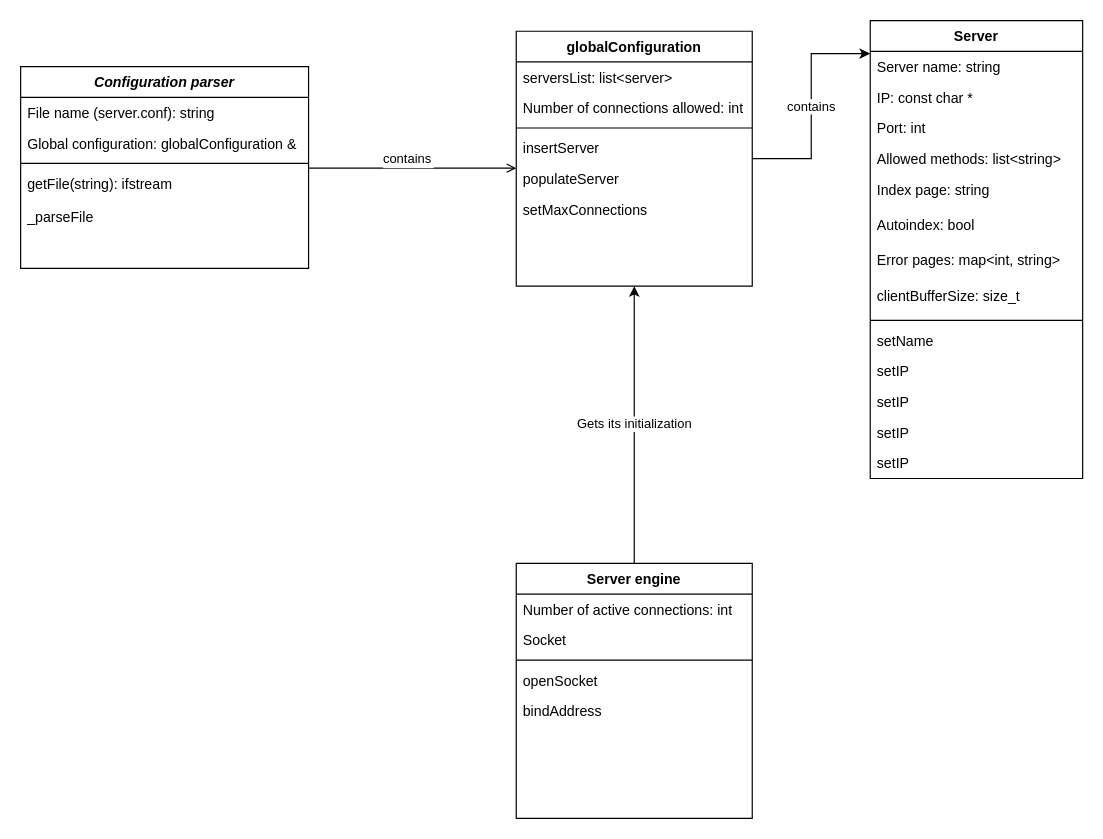
Earlier version of the draw.io diagram webserv_architecture.drawio (ababoum/webserv). Source tidied: cells renumbered, new cells numbered last; positions are measured from the earlier drawing's top-left corner, leaving out a move shared by most shapes. Both pictures are drawn from the tidied source at 118%, with x=0, y=0 at pixel (20, 20).
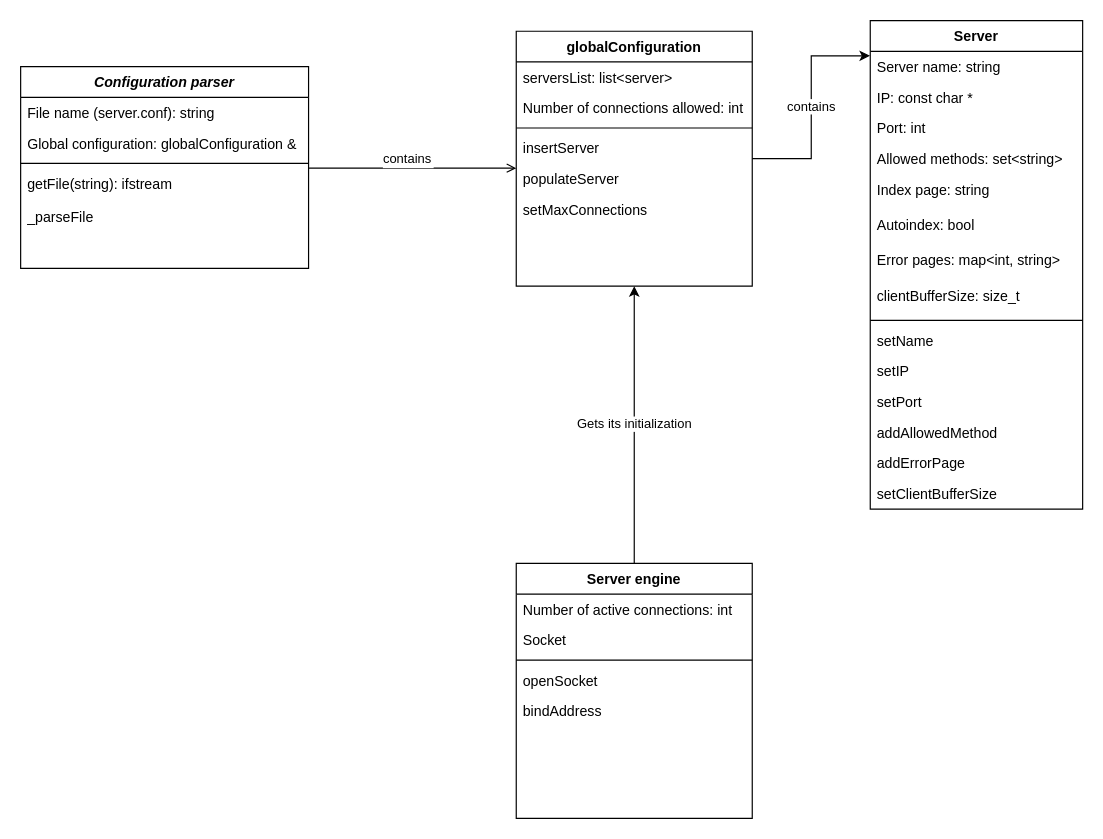
The same diagram, later.

Diff of the diagram source:
```diff
@@
     <mxCell id="17" value="Server" style="swimlane;fontStyle=1;align=center;verticalAlign=top;horizontal=1;startSize=26;rounded=0;shadow=0;strokeWidth=1;" parent="1" vertex="1">
-      <mxGeometry x="720" width="180" height="388" as="geometry" />
+      <mxGeometry x="720" width="180" height="414" as="geometry" />
     </mxCell>
@@
-    <mxCell id="21" value="Allowed methods: list&lt;string&gt;" style="text;align=left;verticalAlign=top;spacingLeft=4;spacingRight=4;overflow=hidden;rounded=0;shadow=0;html=0;fontStyle=0;" parent="17" vertex="1">
+    <mxCell id="21" value="Allowed methods: set&lt;string&gt;" style="text;align=left;verticalAlign=top;spacingLeft=4;spacingRight=4;overflow=hidden;rounded=0;shadow=0;html=0;fontStyle=0;" parent="17" vertex="1">
       <mxGeometry y="104" width="180" height="26" as="geometry" />
     </mxCell>
@@
-    <mxCell id="29" value="setIP" style="text;align=left;verticalAlign=top;spacingLeft=4;spacingRight=4;overflow=hidden;" parent="17" vertex="1">
+    <mxCell id="29" value="setPort" style="text;align=left;verticalAlign=top;spacingLeft=4;spacingRight=4;overflow=hidden;" parent="17" vertex="1">
       <mxGeometry y="310" width="180" height="26" as="geometry" />
     </mxCell>
-    <mxCell id="30" value="setIP" style="text;align=left;verticalAlign=top;spacingLeft=4;spacingRight=4;overflow=hidden;" parent="17" vertex="1">
+    <mxCell id="30" value="addAllowedMethod" style="text;align=left;verticalAlign=top;spacingLeft=4;spacingRight=4;overflow=hidden;" parent="17" vertex="1">
       <mxGeometry y="336" width="180" height="26" as="geometry" />
     </mxCell>
+    <mxCell id="39" value="addErrorPage" style="text;align=left;verticalAlign=top;spacingLeft=4;spacingRight=4;overflow=hidden;" parent="17" vertex="1">
+      <mxGeometry y="362" width="180" height="26" as="geometry" />
+    </mxCell>
-    <mxCell id="31" value="setIP" style="text;align=left;verticalAlign=top;spacingLeft=4;spacingRight=4;overflow=hidden;" parent="17" vertex="1">
-      <mxGeometry y="362" width="180" height="26" as="geometry" />
+    <mxCell id="31" value="setClientBufferSize" style="text;align=left;verticalAlign=top;spacingLeft=4;spacingRight=4;overflow=hidden;" parent="17" vertex="1">
+      <mxGeometry y="388" width="180" height="26" as="geometry" />
     </mxCell>
```
